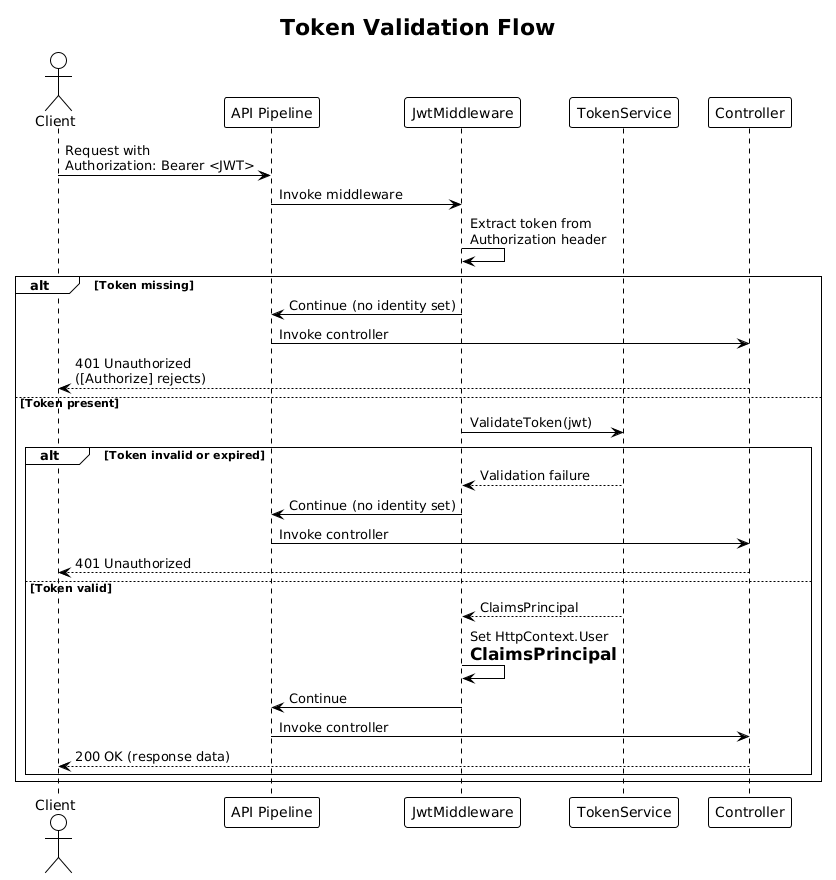
Before: docs/detailed-designs/01-authentication/diagrams/sequence_token_validation.png, a diagram exported from PlantUML (QuinntyneBrown/Blog). The source it was exported from:
```plantuml
@startuml
!theme plain

title Token Validation Flow

actor "Client" as client
participant "API Pipeline" as api
participant "JwtMiddleware" as mw
participant "TokenService" as token
participant "Controller" as ctrl

client -> api : Request with\nAuthorization: Bearer <JWT>
api -> mw : Invoke middleware

mw -> mw : Extract token from\nAuthorization header

alt Token missing
    mw -> api : Continue (no identity set)
    api -> ctrl : Invoke controller
    ctrl --> client : 401 Unauthorized\n([Authorize] rejects)
else Token present
    mw -> token : ValidateToken(jwt)
    alt Token invalid or expired
        token --> mw : Validation failure
        mw -> api : Continue (no identity set)
        api -> ctrl : Invoke controller
        ctrl --> client : 401 Unauthorized
    else Token valid
        token --> mw : ClaimsPrincipal
        mw -> mw : Set HttpContext.User\n= ClaimsPrincipal
        mw -> api : Continue
        api -> ctrl : Invoke controller
        ctrl --> client : 200 OK (response data)
    end
end
@enduml
```
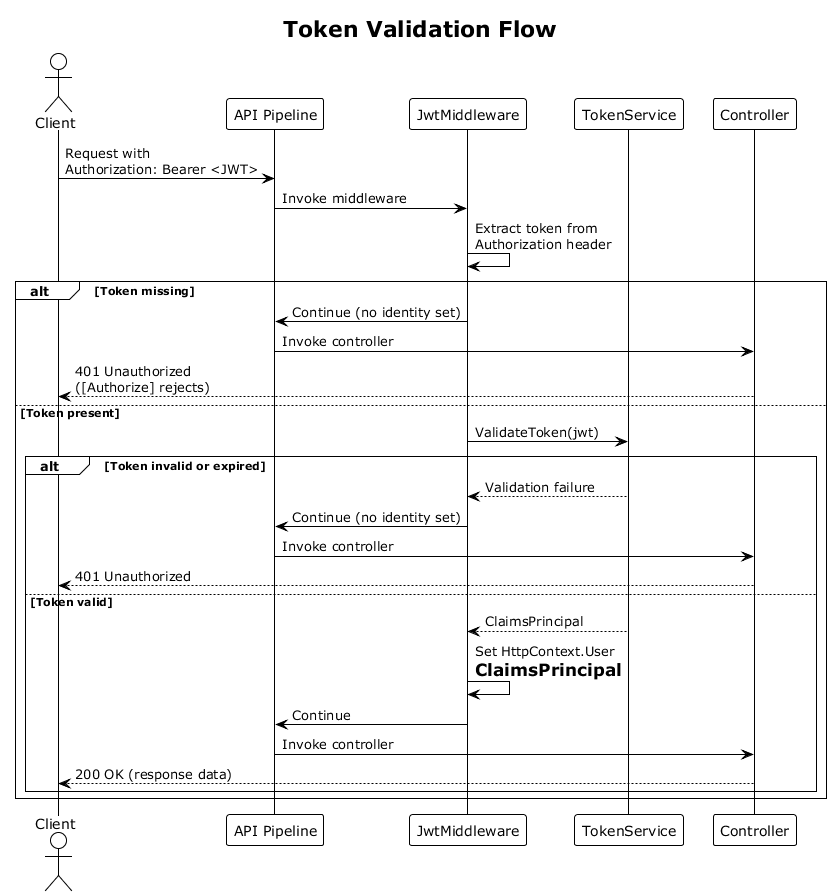
After the commit.

Diff of the diagram source:
```diff
@@ -1,4 +1,4 @@
-@startuml
+@startuml sequence_token_validation
 !theme plain
 
 title Token Validation Flow
@@ -33,4 +33,5 @@
         ctrl --> client : 200 OK (response data)
     end
 end
+
 @enduml
```
